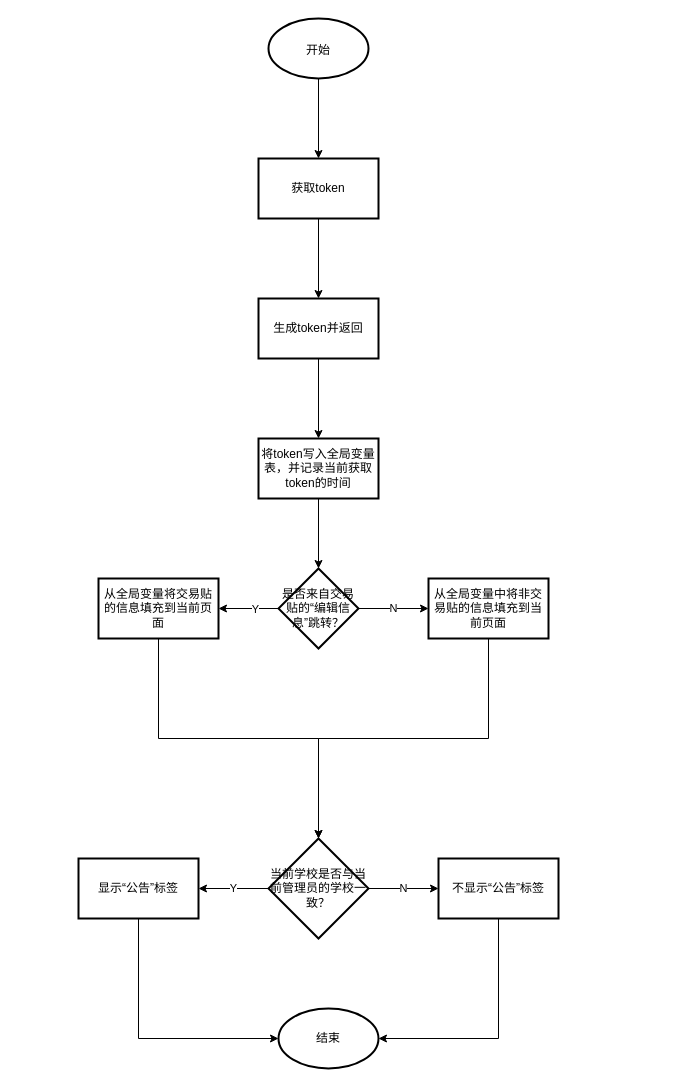
Earlier version of the draw.io diagram page "页面监听加载" (1 of 4) of tietie/postpost.drawio (Zhou-Ru-Xuan/drawio-workplace). Source tidied: cells renumbered, new cells numbered last; positions are measured from the earlier drawing's top-left corner, leaving out a move shared by most shapes. Both pictures are drawn from the tidied source at 100%, with x=0, y=0 at pixel (78, 18).
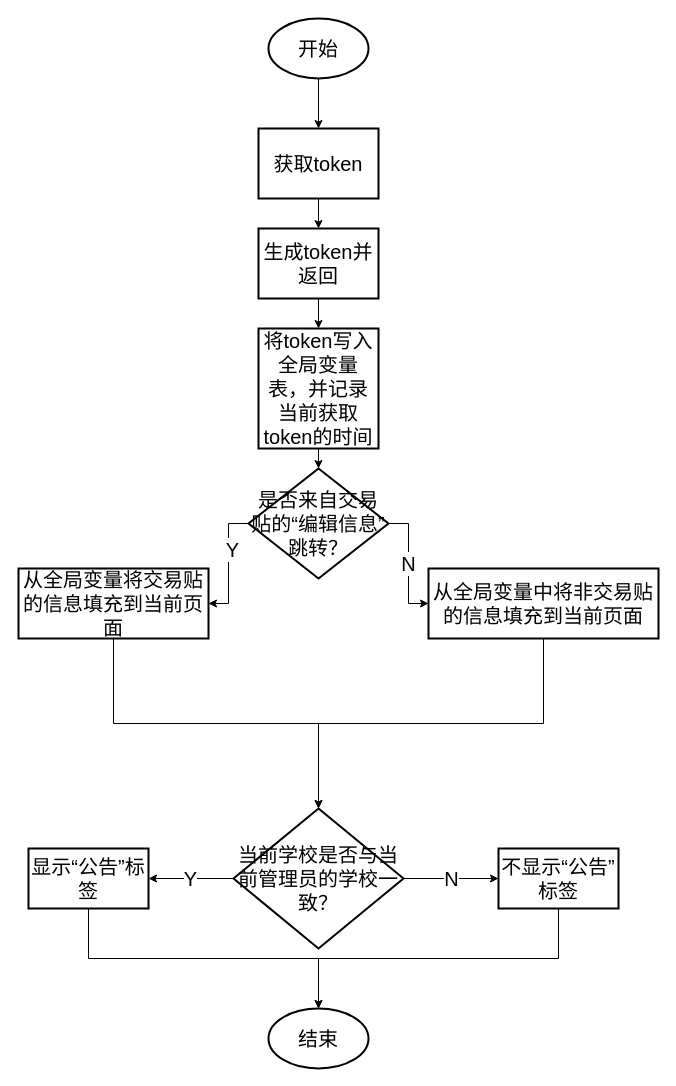
The same diagram, later.

Change to the diagram source:
```diff
@@
-    <mxCell id="2" style="edgeStyle=orthogonalEdgeStyle;rounded=0;jettySize=auto;html=1;fontSize=12;fontColor=#000000;" parent="1" edge="1" source="3" target="5">
+    <mxCell id="2" style="edgeStyle=orthogonalEdgeStyle;rounded=0;jettySize=auto;html=1;fontSize=20;fontColor=#000000;fontFamily=宋体;" parent="1" edge="1" source="3" target="5">
       <mxGeometry relative="1" as="geometry" />
     </mxCell>
-    <mxCell id="3" value="&lt;font style=&quot;font-size: 12px&quot;&gt;开始&lt;/font&gt;" style="strokeWidth=2;html=1;shape=mxgraph.flowchart.start_1;whiteSpace=wrap;fontSize=16;fontColor=#000000;" parent="1" vertex="1">
+    <mxCell id="3" value="&lt;font style=&quot;font-size: 20px;&quot;&gt;开始&lt;/font&gt;" style="strokeWidth=2;html=1;shape=mxgraph.flowchart.start_1;whiteSpace=wrap;fontSize=20;fontColor=#000000;fontFamily=宋体;" parent="1" vertex="1">
       <mxGeometry x="190" width="100" height="60" as="geometry" />
     </mxCell>
-    <mxCell id="4" style="edgeStyle=orthogonalEdgeStyle;rounded=0;jettySize=auto;html=1;fontSize=12;fontColor=#000000;" parent="1" edge="1" source="5" target="7">
+    <mxCell id="4" style="edgeStyle=orthogonalEdgeStyle;rounded=0;jettySize=auto;html=1;fontSize=20;fontColor=#000000;fontFamily=宋体;" parent="1" edge="1" source="5" target="7">
       <mxGeometry relative="1" as="geometry" />
     </mxCell>
-    <mxCell id="5" value="获取token" style="whiteSpace=wrap;html=1;fontSize=12;fontColor=#000000;strokeWidth=2;" parent="1" vertex="1">
-      <mxGeometry x="180" y="140" width="120" height="60" as="geometry" />
+    <mxCell id="5" value="获取token" style="whiteSpace=wrap;html=1;fontSize=20;fontColor=#000000;strokeWidth=2;fontFamily=宋体;" parent="1" vertex="1">
+      <mxGeometry x="180" y="110" width="120" height="70" as="geometry" />
     </mxCell>
-    <mxCell id="6" style="edgeStyle=orthogonalEdgeStyle;rounded=0;jettySize=auto;html=1;fontSize=12;fontColor=#000000;" parent="1" edge="1" source="7" target="9">
+    <mxCell id="6" style="edgeStyle=orthogonalEdgeStyle;rounded=0;jettySize=auto;html=1;fontSize=20;fontColor=#000000;fontFamily=宋体;" parent="1" edge="1" source="7" target="9">
       <mxGeometry relative="1" as="geometry" />
     </mxCell>
-    <mxCell id="7" value="生成token并返回" style="whiteSpace=wrap;html=1;fontSize=12;fontColor=#000000;strokeWidth=2;" parent="1" vertex="1">
-      <mxGeometry x="180" y="280" width="120" height="60" as="geometry" />
+    <mxCell id="7" value="生成token并返回" style="whiteSpace=wrap;html=1;fontSize=20;fontColor=#000000;strokeWidth=2;fontFamily=宋体;" parent="1" vertex="1">
+      <mxGeometry x="180" y="210" width="120" height="70" as="geometry" />
     </mxCell>
-    <mxCell id="8" style="edgeStyle=orthogonalEdgeStyle;rounded=0;jettySize=auto;html=1;fontSize=12;fontColor=#000000;" parent="1" edge="1" source="9" target="13">
+    <mxCell id="8" style="edgeStyle=orthogonalEdgeStyle;rounded=0;jettySize=auto;html=1;fontSize=20;fontColor=#000000;fontFamily=宋体;" parent="1" edge="1" source="9" target="13">
       <mxGeometry relative="1" as="geometry" />
     </mxCell>
-    <mxCell id="9" value="&lt;span&gt;将token写入全局变量表，并记录当前获取token的时间&lt;/span&gt;" style="whiteSpace=wrap;html=1;fontColor=#000000;strokeWidth=2;" parent="1" vertex="1">
-      <mxGeometry x="180" y="420" width="120" height="60" as="geometry" />
+    <mxCell id="9" value="&lt;span style=&quot;font-size: 20px;&quot;&gt;将token写入全局变量表，并记录当前获取token的时间&lt;/span&gt;" style="whiteSpace=wrap;html=1;fontColor=#000000;strokeWidth=2;fontFamily=宋体;fontSize=20;" parent="1" vertex="1">
+      <mxGeometry x="180" y="310" width="120" height="120" as="geometry" />
     </mxCell>
-    <mxCell id="10" style="edgeStyle=orthogonalEdgeStyle;rounded=0;jettySize=auto;html=1;" parent="1" edge="1" source="13" target="15">
+    <mxCell id="10" style="edgeStyle=orthogonalEdgeStyle;rounded=0;jettySize=auto;html=1;fontFamily=宋体;fontSize=20;" parent="1" edge="1" source="13" target="15">
       <mxGeometry relative="1" as="geometry" />
     </mxCell>
-    <mxCell id="11" value="Y" style="edgeLabel;html=1;align=center;verticalAlign=middle;" parent="10" vertex="1">
+    <mxCell id="11" value="Y" style="edgeLabel;html=1;align=center;verticalAlign=middle;fontFamily=宋体;fontSize=20;" parent="10" vertex="1">
       <mxGeometry x="-0.2" y="3" relative="1" as="geometry">
         <mxPoint y="-3" as="offset" />
       </mxGeometry>
     </mxCell>
-    <mxCell id="12" value="N" style="edgeStyle=orthogonalEdgeStyle;rounded=0;jettySize=auto;html=1;exitX=1;exitY=0.5;exitDx=0;exitDy=0;entryX=0;entryY=0.5;entryDx=0;entryDy=0;" parent="1" edge="1" source="13" target="17">
+    <mxCell id="12" value="N" style="edgeStyle=orthogonalEdgeStyle;rounded=0;jettySize=auto;html=1;exitX=1;exitY=0.5;exitDx=0;exitDy=0;entryX=0;entryY=0.5;entryDx=0;entryDy=0;fontFamily=宋体;fontSize=20;" parent="1" edge="1" source="13" target="17">
       <mxGeometry relative="1" as="geometry" />
     </mxCell>
-    <mxCell id="13" value="是否来自交易贴的“编辑信息”跳转？" style="rhombus;whiteSpace=wrap;html=1;fontColor=#000000;strokeWidth=2;" parent="1" vertex="1">
-      <mxGeometry x="200" y="550" width="80" height="80" as="geometry" />
+    <mxCell id="13" value="是否来自交易贴的“编辑信息”跳转？" style="rhombus;whiteSpace=wrap;html=1;fontColor=#000000;strokeWidth=2;fontFamily=宋体;fontSize=20;" parent="1" vertex="1">
+      <mxGeometry x="170" y="450" width="140" height="110" as="geometry" />
     </mxCell>
-    <mxCell id="14" style="edgeStyle=orthogonalEdgeStyle;rounded=0;jettySize=auto;html=1;exitX=0.5;exitY=1;exitDx=0;exitDy=0;entryX=0.5;entryY=0;entryDx=0;entryDy=0;entryPerimeter=0;" parent="1" edge="1" source="15" target="20">
+    <mxCell id="14" style="edgeStyle=orthogonalEdgeStyle;rounded=0;jettySize=auto;html=1;exitX=0.5;exitY=1;exitDx=0;exitDy=0;entryX=0.5;entryY=0;entryDx=0;entryDy=0;entryPerimeter=0;fontFamily=宋体;fontSize=20;" parent="1" edge="1" source="15" target="20">
       <mxGeometry relative="1" as="geometry" />
     </mxCell>
-    <mxCell id="15" value="从全局变量将交易贴的信息填充到当前页面" style="whiteSpace=wrap;html=1;fontColor=#000000;strokeWidth=2;" parent="1" vertex="1">
-      <mxGeometry x="20" y="560" width="120" height="60" as="geometry" />
+    <mxCell id="15" value="从全局变量将交易贴的信息填充到当前页面" style="whiteSpace=wrap;html=1;fontColor=#000000;strokeWidth=2;fontFamily=宋体;fontSize=20;" parent="1" vertex="1">
+      <mxGeometry x="-60" y="550" width="190" height="70" as="geometry" />
     </mxCell>
-    <mxCell id="16" style="edgeStyle=orthogonalEdgeStyle;rounded=0;jettySize=auto;html=1;exitX=0.5;exitY=1;exitDx=0;exitDy=0;entryX=0.5;entryY=0;entryDx=0;entryDy=0;entryPerimeter=0;" parent="1" edge="1" source="17" target="20">
+    <mxCell id="16" style="edgeStyle=orthogonalEdgeStyle;rounded=0;jettySize=auto;html=1;exitX=0.5;exitY=1;exitDx=0;exitDy=0;entryX=0.5;entryY=0;entryDx=0;entryDy=0;entryPerimeter=0;fontFamily=宋体;fontSize=20;" parent="1" edge="1" source="17" target="20">
       <mxGeometry relative="1" as="geometry" />
     </mxCell>
-    <mxCell id="17" value="从全局变量中将非交易贴的信息填充到当前页面" style="whiteSpace=wrap;html=1;fontColor=#000000;strokeWidth=2;" parent="1" vertex="1">
-      <mxGeometry x="350" y="560" width="120" height="60" as="geometry" />
+    <mxCell id="17" value="从全局变量中将非交易贴的信息填充到当前页面" style="whiteSpace=wrap;html=1;fontColor=#000000;strokeWidth=2;fontFamily=宋体;fontSize=20;" parent="1" vertex="1">
+      <mxGeometry x="350" y="550" width="230" height="70" as="geometry" />
     </mxCell>
-    <mxCell id="18" value="Y" style="edgeStyle=orthogonalEdgeStyle;rounded=0;jettySize=auto;html=1;" parent="1" edge="1" source="20" target="22">
+    <mxCell id="18" value="Y" style="edgeStyle=orthogonalEdgeStyle;rounded=0;jettySize=auto;html=1;fontFamily=宋体;fontSize=20;" parent="1" edge="1" source="20" target="22">
       <mxGeometry relative="1" as="geometry" />
     </mxCell>
-    <mxCell id="19" value="N" style="edgeStyle=orthogonalEdgeStyle;rounded=0;jettySize=auto;html=1;exitX=1;exitY=0.5;exitDx=0;exitDy=0;exitPerimeter=0;" parent="1" edge="1" source="20" target="24">
+    <mxCell id="19" value="N" style="edgeStyle=orthogonalEdgeStyle;rounded=0;jettySize=auto;html=1;exitX=1;exitY=0.5;exitDx=0;exitDy=0;exitPerimeter=0;fontFamily=宋体;fontSize=20;" parent="1" edge="1" source="20" target="24">
       <mxGeometry relative="1" as="geometry" />
     </mxCell>
-    <mxCell id="20" value="当前学校是否与当前管理员的学校一致？" style="strokeWidth=2;html=1;shape=mxgraph.flowchart.decision;whiteSpace=wrap;" parent="1" vertex="1">
-      <mxGeometry x="190" y="820" width="100" height="100" as="geometry" />
+    <mxCell id="20" value="当前学校是否与当前管理员的学校一致？" style="strokeWidth=2;html=1;shape=mxgraph.flowchart.decision;whiteSpace=wrap;fontFamily=宋体;fontSize=20;" parent="1" vertex="1">
+      <mxGeometry x="155" y="790" width="170" height="140" as="geometry" />
     </mxCell>
-    <mxCell id="21" style="edgeStyle=orthogonalEdgeStyle;rounded=0;jettySize=auto;html=1;exitX=0.5;exitY=1;exitDx=0;exitDy=0;entryX=0;entryY=0.5;entryDx=0;entryDy=0;entryPerimeter=0;" parent="1" edge="1" source="22" target="25">
+    <mxCell id="21" style="edgeStyle=orthogonalEdgeStyle;rounded=0;jettySize=auto;html=1;exitX=0.5;exitY=1;exitDx=0;exitDy=0;entryX=0.5;entryY=0;entryDx=0;entryDy=0;entryPerimeter=0;fontFamily=宋体;fontSize=20;" parent="1" edge="1" source="22" target="25">
       <mxGeometry relative="1" as="geometry" />
     </mxCell>
-    <mxCell id="22" value="显示“公告”标签" style="whiteSpace=wrap;html=1;strokeWidth=2;" parent="1" vertex="1">
-      <mxGeometry y="840" width="120" height="60" as="geometry" />
+    <mxCell id="22" value="显示“公告”标签" style="whiteSpace=wrap;html=1;strokeWidth=2;fontFamily=宋体;fontSize=20;" parent="1" vertex="1">
+      <mxGeometry x="-50" y="830" width="120" height="60" as="geometry" />
     </mxCell>
-    <mxCell id="23" style="edgeStyle=orthogonalEdgeStyle;rounded=0;jettySize=auto;html=1;exitX=0.5;exitY=1;exitDx=0;exitDy=0;entryX=1;entryY=0.5;entryDx=0;entryDy=0;entryPerimeter=0;" parent="1" edge="1" source="24" target="25">
+    <mxCell id="23" style="edgeStyle=orthogonalEdgeStyle;rounded=0;jettySize=auto;html=1;exitX=0.5;exitY=1;exitDx=0;exitDy=0;entryX=0.5;entryY=0;entryDx=0;entryDy=0;entryPerimeter=0;fontFamily=宋体;fontSize=20;" parent="1" edge="1" source="24" target="25">
       <mxGeometry relative="1" as="geometry" />
     </mxCell>
-    <mxCell id="24" value="不显示“公告”标签" style="whiteSpace=wrap;html=1;strokeWidth=2;" parent="1" vertex="1">
-      <mxGeometry x="360" y="840" width="120" height="60" as="geometry" />
+    <mxCell id="24" value="不显示“公告”标签" style="whiteSpace=wrap;html=1;strokeWidth=2;fontFamily=宋体;fontSize=20;" parent="1" vertex="1">
+      <mxGeometry x="420" y="830" width="120" height="60" as="geometry" />
     </mxCell>
-    <mxCell id="25" value="结束" style="strokeWidth=2;html=1;shape=mxgraph.flowchart.start_1;whiteSpace=wrap;" parent="1" vertex="1">
-      <mxGeometry x="200" y="990" width="100" height="60" as="geometry" />
+    <mxCell id="25" value="结束" style="strokeWidth=2;html=1;shape=mxgraph.flowchart.start_1;whiteSpace=wrap;fontFamily=宋体;fontSize=20;" parent="1" vertex="1">
+      <mxGeometry x="190" y="990" width="100" height="60" as="geometry" />
     </mxCell>
```
